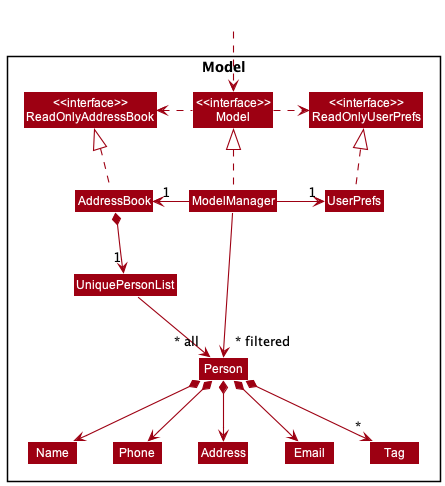
Earlier version of the PlantUML export docs/images/ModelClassDiagram.png (nus-cs2103-AY2223S2/tp).
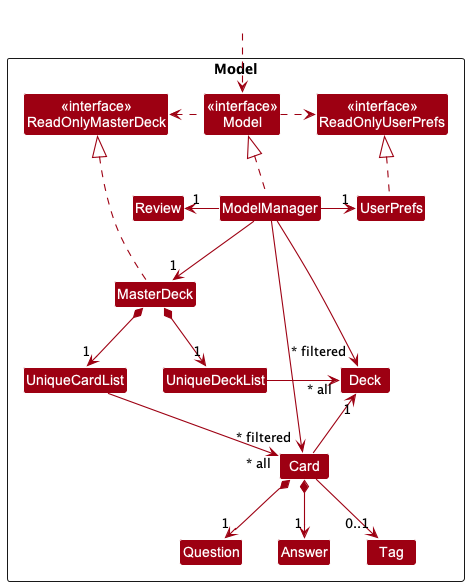
The same diagram one commit later.

Commit message:
Change model class diagram

Change to the diagram source:
```diff
@@ -4,47 +4,48 @@
 skinparam arrowColor MODEL_COLOR
 skinparam classBackgroundColor MODEL_COLOR
 
-Package Model <<Rectangle>>{
-Class "<<interface>>\nReadOnlyAddressBook" as ReadOnlyAddressBook
+Package Model as PackageModel <<Rectangle>>{
+Class "<<interface>>\nReadOnlyMasterDeck" as ReadOnlyMasterDeck
 Class "<<interface>>\nReadOnlyUserPrefs" as ReadOnlyUserPrefs
 Class "<<interface>>\nModel" as Model
-Class AddressBook
+Class MasterDeck
 Class ModelManager
 Class UserPrefs
 
-Class UniquePersonList
-Class Person
-Class Address
-Class Email
-Class Name
-Class Phone
+Class UniqueCardList
+Class UniqueDeckList
+Class Review
+Class Card
+Class Question
+Class Answer
 Class Tag
+Class Deck
 
 }
 
 Class HiddenOutside #FFFFFF
 HiddenOutside ..> Model
 
-AddressBook .up.|> ReadOnlyAddressBook
+MasterDeck .up.|> ReadOnlyMasterDeck
 
 ModelManager .up.|> Model
 Model .right.> ReadOnlyUserPrefs
-Model .left.> ReadOnlyAddressBook
-ModelManager -left-> "1" AddressBook
+Model .left.> ReadOnlyMasterDeck
+ModelManager -down-> "1" MasterDeck
 ModelManager -right-> "1" UserPrefs
+ModelManager -left-> "1" Review
 UserPrefs .up.|> ReadOnlyUserPrefs
 
-AddressBook *--> "1" UniquePersonList
-UniquePersonList --> "~* all" Person
-Person *--> Name
-Person *--> Phone
-Person *--> Email
-Person *--> Address
-Person *--> "*" Tag
+MasterDeck *--> "1" UniqueCardList
+MasterDeck *--> "1" UniqueDeckList
+UniqueCardList --> "~* all" Card
+UniqueDeckList -right-> "~* all" Deck
+Card *--> "1" Question
+Card *--> "1" Answer
+Card --> "0..1" Tag
+Card -up-> "1" Deck
 
-Name -[hidden]right-> Phone
-Phone -[hidden]right-> Address
-Address -[hidden]right-> Email
 
-ModelManager -->"~* filtered" Person
+ModelManager --->"~* filtered" Card
+ModelManager -->"~* filtered" Deck
 @enduml
```
